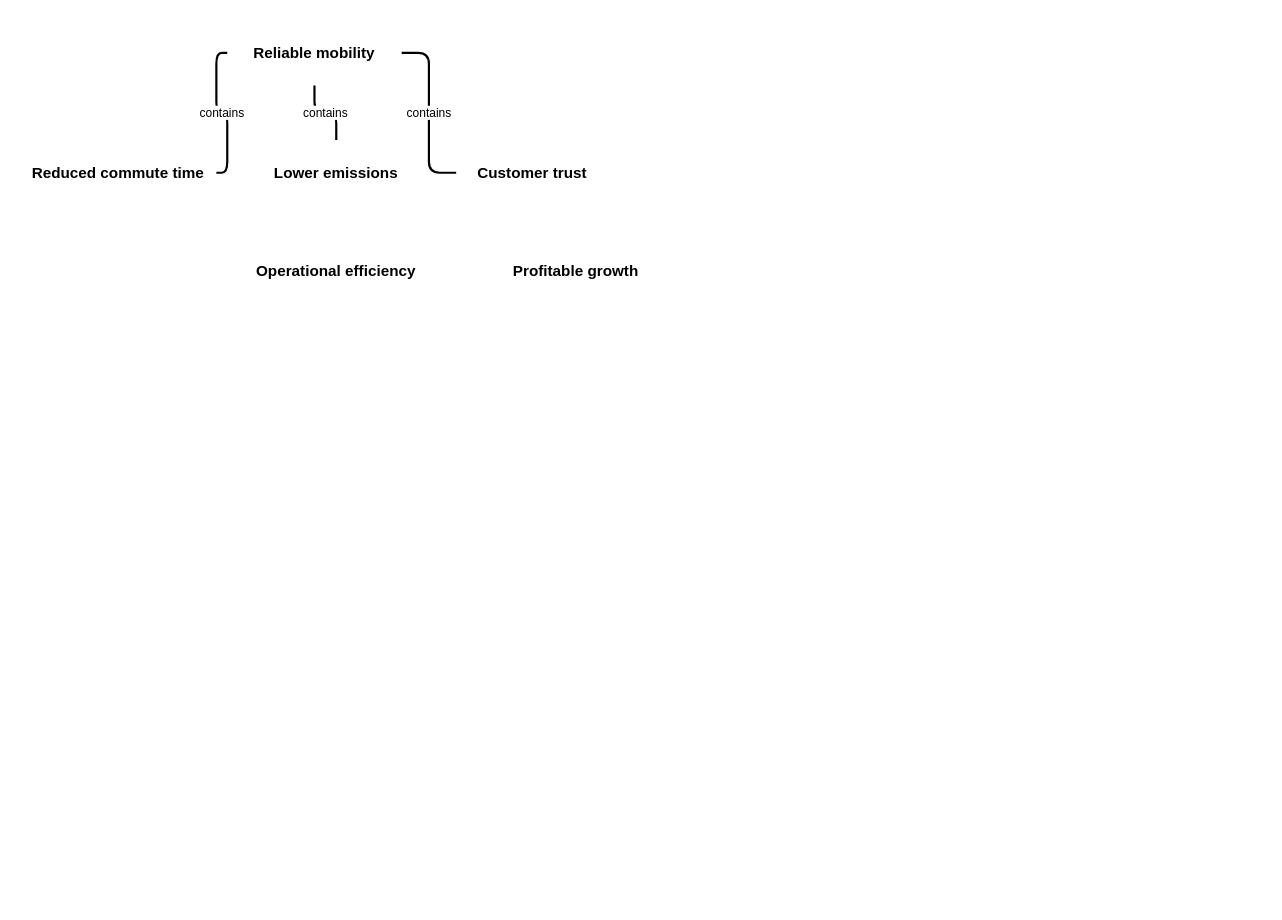
Above: skills/documentation/edgy-diagram/examples/expected-outcome.drawio in Rahola/edgy-skills (draw.io), before the change. Source tidied: cells renumbered, new cells numbered last; positions are measured from the earlier drawing's top-left corner, leaving out a move shared by most shapes. Both pictures are drawn from the tidied source at 109%, with x=0, y=0 at pixel (20, 20).
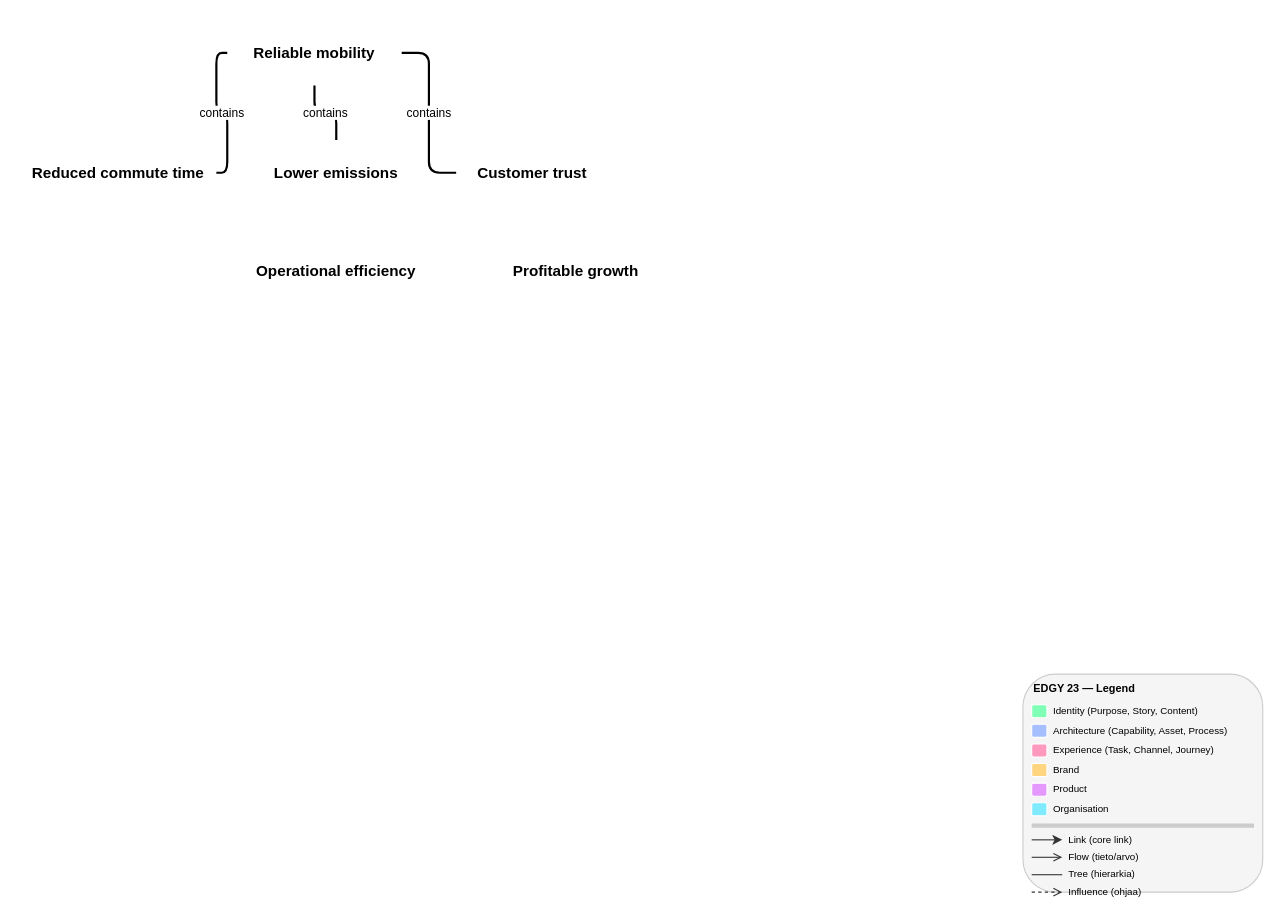
The same page after the edit.

What changed in the source:
```diff
@@
+    <mxCell id="11" style="rounded=1;whiteSpace=wrap;html=1;fillColor=#f5f5f5;strokeColor=#cccccc;strokeWidth=1;" parent="1" vertex="1">
+      <mxGeometry x="920" y="600" width="220" height="200" as="geometry" />
+    </mxCell>
+    <mxCell id="12" value="&lt;b&gt;EDGY 23 — Legend&lt;/b&gt;" style="text;html=1;align=left;verticalAlign=middle;strokeColor=none;fillColor=none;fontSize=10;fontStyle=1;" parent="1" vertex="1">
+      <mxGeometry x="928" y="604" width="204" height="18" as="geometry" />
+    </mxCell>
+    <mxCell id="13" style="rounded=1;whiteSpace=wrap;html=1;fillColor=#80ffb7;strokeColor=#ffffff;strokeWidth=1;" parent="1" vertex="1">
+      <mxGeometry x="928" y="628" width="14" height="12" as="geometry" />
+    </mxCell>
+    <mxCell id="14" value="Identity (Purpose, Story, Content)" style="text;html=1;align=left;verticalAlign=middle;strokeColor=none;fillColor=none;fontSize=9;" parent="1" vertex="1">
+      <mxGeometry x="946" y="626" width="186" height="16" as="geometry" />
+    </mxCell>
+    <mxCell id="15" style="rounded=1;whiteSpace=wrap;html=1;fillColor=#a6c0ff;strokeColor=#ffffff;strokeWidth=1;" parent="1" vertex="1">
+      <mxGeometry x="928" y="646" width="14" height="12" as="geometry" />
+    </mxCell>
+    <mxCell id="16" value="Architecture (Capability, Asset, Process)" style="text;html=1;align=left;verticalAlign=middle;strokeColor=none;fillColor=none;fontSize=9;" parent="1" vertex="1">
+      <mxGeometry x="946" y="644" width="186" height="16" as="geometry" />
+    </mxCell>
+    <mxCell id="17" style="rounded=1;whiteSpace=wrap;html=1;fillColor=#ff99bd;strokeColor=#ffffff;strokeWidth=1;" parent="1" vertex="1">
+      <mxGeometry x="928" y="664" width="14" height="12" as="geometry" />
+    </mxCell>
+    <mxCell id="18" value="Experience (Task, Channel, Journey)" style="text;html=1;align=left;verticalAlign=middle;strokeColor=none;fillColor=none;fontSize=9;" parent="1" vertex="1">
+      <mxGeometry x="946" y="662" width="186" height="16" as="geometry" />
+    </mxCell>
+    <mxCell id="19" style="rounded=1;whiteSpace=wrap;html=1;fillColor=#ffd580;strokeColor=#ffffff;strokeWidth=1;" parent="1" vertex="1">
+      <mxGeometry x="928" y="682" width="14" height="12" as="geometry" />
+    </mxCell>
+    <mxCell id="20" value="Brand" style="text;html=1;align=left;verticalAlign=middle;strokeColor=none;fillColor=none;fontSize=9;" parent="1" vertex="1">
+      <mxGeometry x="946" y="680" width="186" height="16" as="geometry" />
+    </mxCell>
+    <mxCell id="21" style="rounded=1;whiteSpace=wrap;html=1;fillColor=#e599ff;strokeColor=#ffffff;strokeWidth=1;" parent="1" vertex="1">
+      <mxGeometry x="928" y="700" width="14" height="12" as="geometry" />
+    </mxCell>
+    <mxCell id="22" value="Product" style="text;html=1;align=left;verticalAlign=middle;strokeColor=none;fillColor=none;fontSize=9;" parent="1" vertex="1">
+      <mxGeometry x="946" y="698" width="186" height="16" as="geometry" />
+    </mxCell>
+    <mxCell id="23" style="rounded=1;whiteSpace=wrap;html=1;fillColor=#80eaff;strokeColor=#ffffff;strokeWidth=1;" parent="1" vertex="1">
+      <mxGeometry x="928" y="718" width="14" height="12" as="geometry" />
+    </mxCell>
+    <mxCell id="24" value="Organisation" style="text;html=1;align=left;verticalAlign=middle;strokeColor=none;fillColor=none;fontSize=9;" parent="1" vertex="1">
+      <mxGeometry x="946" y="716" width="186" height="16" as="geometry" />
+    </mxCell>
+    <mxCell id="25" style="line;strokeColor=#cccccc;fillColor=none;" parent="1" vertex="1">
+      <mxGeometry x="928" y="736" width="204" height="6" as="geometry" />
+    </mxCell>
+    <mxCell id="26" style="edgeStyle=none;endArrow=classic;endFill=1;strokeWidth=1;strokeColor=#333333;" parent="1" edge="1">
+      <mxGeometry relative="1" as="geometry">
+        <mxPoint x="928" y="752" as="sourcePoint" />
+        <mxPoint x="956" y="752" as="targetPoint" />
+      </mxGeometry>
+    </mxCell>
+    <mxCell id="27" value="Link (core link)" style="text;html=1;align=left;verticalAlign=middle;strokeColor=none;fillColor=none;fontSize=9;" parent="1" vertex="1">
+      <mxGeometry x="960" y="744" width="172" height="16" as="geometry" />
+    </mxCell>
+    <mxCell id="28" style="edgeStyle=none;endArrow=open;endFill=0;strokeWidth=1;strokeColor=#333333;" parent="1" edge="1">
+      <mxGeometry relative="1" as="geometry">
+        <mxPoint x="928" y="768" as="sourcePoint" />
+        <mxPoint x="956" y="768" as="targetPoint" />
+      </mxGeometry>
+    </mxCell>
+    <mxCell id="29" value="Flow (tieto/arvo)" style="text;html=1;align=left;verticalAlign=middle;strokeColor=none;fillColor=none;fontSize=9;" parent="1" vertex="1">
+      <mxGeometry x="960" y="760" width="172" height="16" as="geometry" />
+    </mxCell>
+    <mxCell id="30" style="edgeStyle=none;endArrow=none;strokeWidth=1;strokeColor=#333333;" parent="1" edge="1">
+      <mxGeometry relative="1" as="geometry">
+        <mxPoint x="928" y="784" as="sourcePoint" />
+        <mxPoint x="956" y="784" as="targetPoint" />
+      </mxGeometry>
+    </mxCell>
+    <mxCell id="31" value="Tree (hierarkia)" style="text;html=1;align=left;verticalAlign=middle;strokeColor=none;fillColor=none;fontSize=9;" parent="1" vertex="1">
+      <mxGeometry x="960" y="776" width="172" height="16" as="geometry" />
+    </mxCell>
+    <mxCell id="32" style="edgeStyle=none;endArrow=open;endFill=0;dashed=1;strokeWidth=1;strokeColor=#333333;" parent="1" edge="1">
+      <mxGeometry relative="1" as="geometry">
+        <mxPoint x="928" y="800" as="sourcePoint" />
+        <mxPoint x="956" y="800" as="targetPoint" />
+      </mxGeometry>
+    </mxCell>
+    <mxCell id="33" value="Influence (ohjaa)" style="text;html=1;align=left;verticalAlign=middle;strokeColor=none;fillColor=none;fontSize=9;" parent="1" vertex="1">
+      <mxGeometry x="960" y="792" width="172" height="16" as="geometry" />
+    </mxCell>
```
